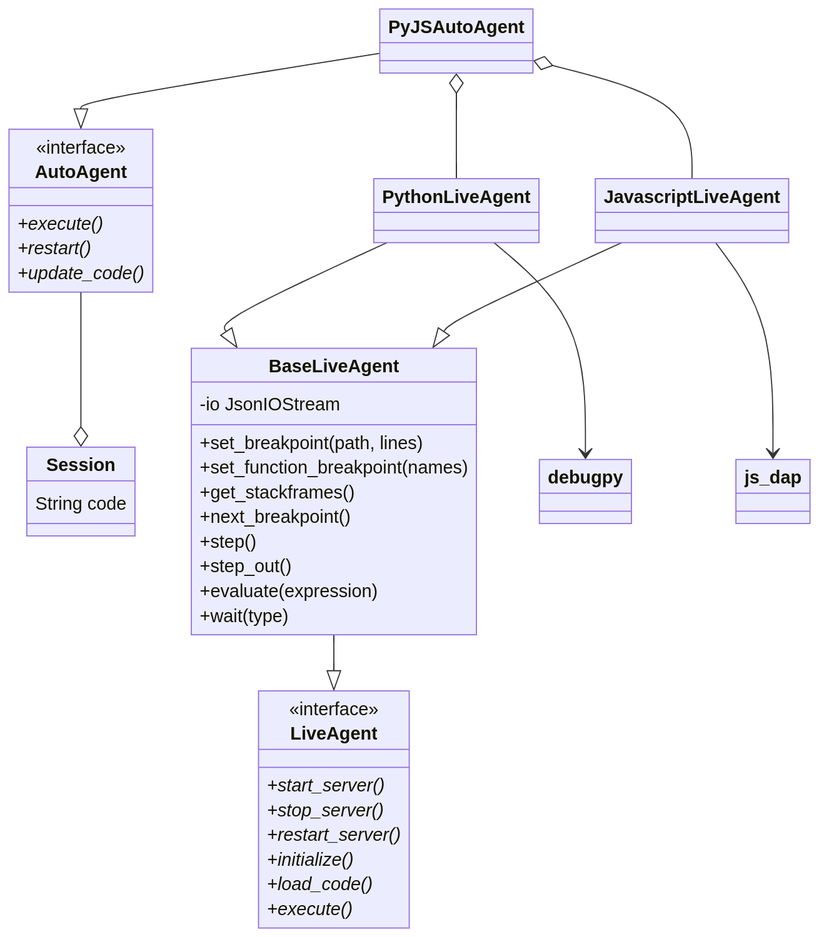
diverse-project/LiveRec keeps this Mermaid diagram as architecture_after.png. Above is the earlier version. Its source is kept beside it as architecture_after.mmd. Source of this version:
```mermaid
classDiagram
    AutoAgent --o Session
    BaseLiveAgent --|> LiveAgent
    PythonLiveAgent --|> BaseLiveAgent
    JavascriptLiveAgent --|> BaseLiveAgent
    PyJSAutoAgent --|> AutoAgent
    PyJSAutoAgent o-- PythonLiveAgent
    PyJSAutoAgent o-- JavascriptLiveAgent
    PythonLiveAgent --> debugpy
    JavascriptLiveAgent --> js_dap
    <<interface>> LiveAgent
    <<interface>> AutoAgent
    class LiveAgent {
        +start_server()*
        +stop_server()*
        +restart_server()*
        +initialize()*
        +load_code()*
        +execute()*
    }
    class BaseLiveAgent {
        -io JsonIOStream
        +set_breakpoint(path, lines)
        +set_function_breakpoint(names)
        +get_stackframes()
        +next_breakpoint()
        +step()
        +step_out()
        +evaluate(expression)
        +wait(type)
    }
    class AutoAgent {
        +execute()*
        +restart()*
        +update_code()*
    }
    class Session {
        String code
    }

```
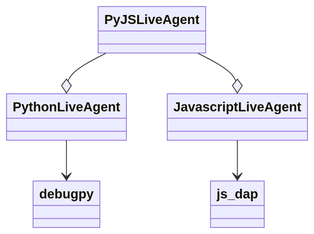
After the change.

Diff of the diagram source:
```diff
@@ -1,40 +1,9 @@
 classDiagram
-    AutoAgent --o Session
-    BaseLiveAgent --|> LiveAgent
-    PythonLiveAgent --|> BaseLiveAgent
-    JavascriptLiveAgent --|> BaseLiveAgent
-    PyJSAutoAgent --|> AutoAgent
-    PyJSAutoAgent o-- PythonLiveAgent
-    PyJSAutoAgent o-- JavascriptLiveAgent
+
     PythonLiveAgent --> debugpy
     JavascriptLiveAgent --> js_dap
-    <<interface>> LiveAgent
-    <<interface>> AutoAgent
-    class LiveAgent {
-        +start_server()*
-        +stop_server()*
-        +restart_server()*
-        +initialize()*
-        +load_code()*
-        +execute()*
-    }
-    class BaseLiveAgent {
-        -io JsonIOStream
-        +set_breakpoint(path, lines)
-        +set_function_breakpoint(names)
-        +get_stackframes()
-        +next_breakpoint()
-        +step()
-        +step_out()
-        +evaluate(expression)
-        +wait(type)
-    }
-    class AutoAgent {
-        +execute()*
-        +restart()*
-        +update_code()*
-    }
-    class Session {
-        String code
-    }
-
+    PyJSLiveAgent --o PythonLiveAgent
+    PyJSLiveAgent --o JavascriptLiveAgent
+    class PythonLiveAgent
+    class JavascriptLiveAgent
+    class PyJSLiveAgent
```
